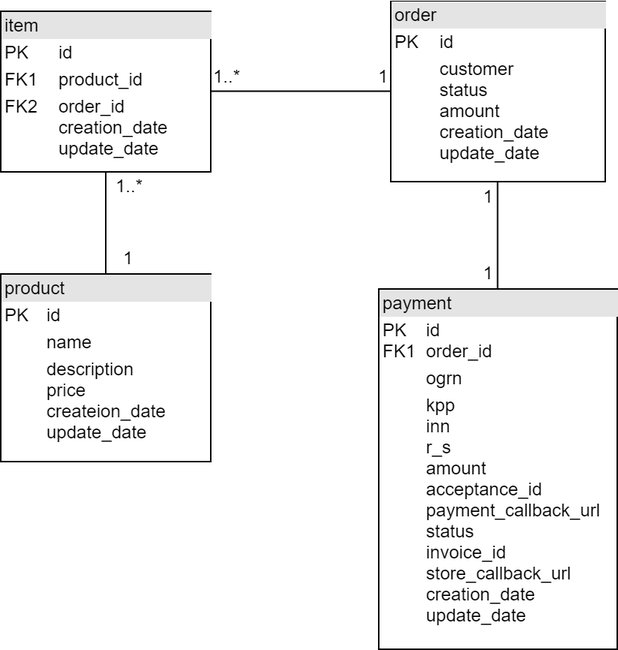
SergeiRussov/rd-epam-java-2020-supplier keeps this draw.io diagram as ms-supplier-db/models/Logical.png. Above is the earlier version. Source tidied: cells renumbered, new cells last; positions are measured from the earlier drawing's top-left corner, leaving out a move shared by most shapes.
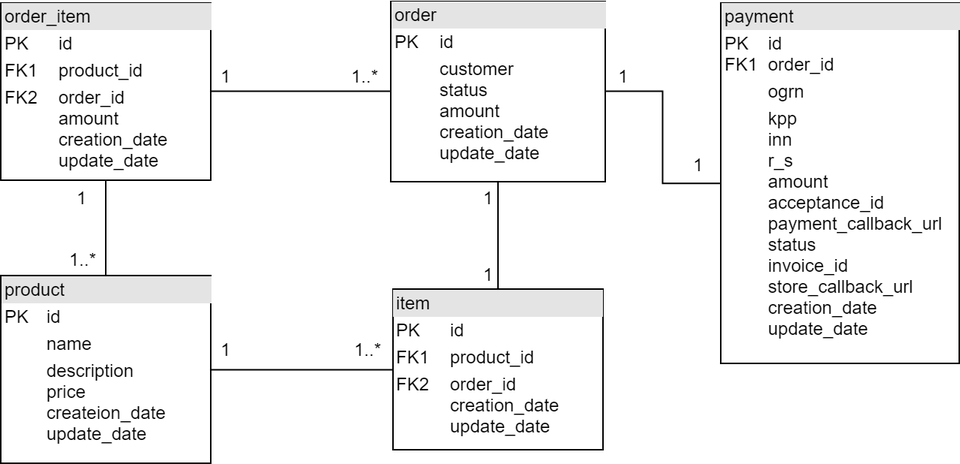
Above is the later version.

What changed in the source:
```diff
@@ -6,34 +6,40 @@
       <mxGeometry relative="1" as="geometry" />
     </mxCell>
     <mxCell id="3" value="&lt;div style=&quot;box-sizing: border-box ; width: 100% ; background: #e4e4e4 ; padding: 2px&quot;&gt;item&lt;/div&gt;&lt;table style=&quot;width: 100% ; font-size: 1em&quot; cellpadding=&quot;2&quot; cellspacing=&quot;0&quot;&gt;&lt;tbody&gt;&lt;tr&gt;&lt;td&gt;PK&lt;/td&gt;&lt;td&gt;id&lt;/td&gt;&lt;/tr&gt;&lt;tr&gt;&lt;td&gt;FK1&lt;/td&gt;&lt;td&gt;product_id&lt;/td&gt;&lt;/tr&gt;&lt;tr&gt;&lt;td&gt;FK2&lt;br&gt;&lt;br&gt;&lt;br&gt;&lt;/td&gt;&lt;td&gt;order_id&lt;br&gt;creation_date&lt;br&gt;update_date&lt;/td&gt;&lt;/tr&gt;&lt;/tbody&gt;&lt;/table&gt;" style="verticalAlign=top;align=left;overflow=fill;html=1;fontSize=12;" parent="1" vertex="1">
-      <mxGeometry y="7" width="140" height="107" as="geometry" />
+      <mxGeometry x="261.5" y="191" width="140" height="107" as="geometry" />
     </mxCell>
     <mxCell id="4" style="edgeStyle=orthogonalEdgeStyle;rounded=0;jettySize=auto;html=1;fontSize=12;endArrow=none;endFill=0;" parent="1" edge="1" source="5" target="3">
       <mxGeometry relative="1" as="geometry" />
     </mxCell>
+    <mxCell id="15" style="edgeStyle=orthogonalEdgeStyle;rounded=0;jettySize=auto;html=1;endArrow=none;endFill=0;" parent="1" edge="1" source="5" target="17">
+      <mxGeometry relative="1" as="geometry" />
+    </mxCell>
     <mxCell id="5" value="&lt;div style=&quot;box-sizing: border-box ; width: 100% ; background: #e4e4e4 ; padding: 2px&quot;&gt;product&lt;/div&gt;&lt;table style=&quot;width: 100% ; font-size: 1em&quot; cellpadding=&quot;2&quot; cellspacing=&quot;0&quot;&gt;&lt;tbody&gt;&lt;tr&gt;&lt;td&gt;PK&lt;/td&gt;&lt;td&gt;id&lt;/td&gt;&lt;/tr&gt;&lt;tr&gt;&lt;td&gt;&lt;br&gt;&lt;/td&gt;&lt;td&gt;name&lt;/td&gt;&lt;/tr&gt;&lt;tr&gt;&lt;td&gt;&lt;/td&gt;&lt;td&gt;description&lt;br&gt;price&lt;br&gt;createion_date&lt;br&gt;update_date&lt;/td&gt;&lt;/tr&gt;&lt;/tbody&gt;&lt;/table&gt;" style="verticalAlign=top;align=left;overflow=fill;html=1;fontSize=12;" parent="1" vertex="1">
       <mxGeometry y="182" width="140" height="125" as="geometry" />
     </mxCell>
     <mxCell id="6" value="&lt;div style=&quot;box-sizing: border-box ; width: 100% ; background: #e4e4e4 ; padding: 2px&quot;&gt;payment&lt;/div&gt;&lt;table style=&quot;width: 100% ; font-size: 1em&quot; cellpadding=&quot;2&quot; cellspacing=&quot;0&quot;&gt;&lt;tbody&gt;&lt;tr&gt;&lt;td&gt;PK&lt;br&gt;FK1&lt;/td&gt;&lt;td&gt;id&lt;br&gt;order_id&lt;/td&gt;&lt;/tr&gt;&lt;tr&gt;&lt;td&gt;&lt;br&gt;&lt;/td&gt;&lt;td&gt;ogrn&lt;/td&gt;&lt;/tr&gt;&lt;tr&gt;&lt;td&gt;&lt;/td&gt;&lt;td&gt;kpp&lt;br&gt;inn&lt;br&gt;r_s&lt;br&gt;amount&lt;br&gt;acceptance_id&lt;br&gt;payment_callback_url&lt;br&gt;status&lt;br&gt;invoice_id&lt;br&gt;store_callback_url&lt;br&gt;creation_date&lt;br&gt;update_date&lt;/td&gt;&lt;/tr&gt;&lt;/tbody&gt;&lt;/table&gt;" style="verticalAlign=top;align=left;overflow=fill;html=1;fontSize=12;noLabel=0;portConstraintRotation=0;" parent="1" vertex="1">
-      <mxGeometry x="252" y="192" width="159" height="240" as="geometry" />
+      <mxGeometry x="480" y="0.5" width="159" height="240" as="geometry" />
     </mxCell>
     <mxCell id="7" style="edgeStyle=orthogonalEdgeStyle;rounded=0;jettySize=auto;html=1;fontSize=12;endArrow=none;endFill=0;" parent="1" edge="1" source="8" target="6">
       <mxGeometry relative="1" as="geometry" />
     </mxCell>
+    <mxCell id="16" style="edgeStyle=orthogonalEdgeStyle;rounded=0;jettySize=auto;html=1;endArrow=none;endFill=0;" parent="1" edge="1" source="8" target="17">
+      <mxGeometry relative="1" as="geometry" />
+    </mxCell>
     <mxCell id="8" value="&lt;div style=&quot;box-sizing: border-box ; width: 100% ; background: #e4e4e4 ; padding: 2px&quot;&gt;order&lt;/div&gt;&lt;table style=&quot;width: 100% ; font-size: 1em&quot; cellpadding=&quot;2&quot; cellspacing=&quot;0&quot;&gt;&lt;tbody&gt;&lt;tr&gt;&lt;td&gt;PK&lt;/td&gt;&lt;td&gt;id&lt;/td&gt;&lt;/tr&gt;&lt;tr&gt;&lt;td&gt;&lt;br&gt;&lt;/td&gt;&lt;td&gt;customer&lt;br&gt;status&lt;br&gt;amount&lt;br&gt;creation_date&lt;br&gt;update_date&lt;br&gt;&lt;/td&gt;&lt;/tr&gt;&lt;tr&gt;&lt;td&gt;&lt;/td&gt;&lt;td&gt;&lt;br&gt;&lt;br&gt;&lt;/td&gt;&lt;/tr&gt;&lt;/tbody&gt;&lt;/table&gt;" style="verticalAlign=top;align=left;overflow=fill;html=1;fontSize=12;" parent="1" vertex="1">
-      <mxGeometry x="260" y="0.5" width="143" height="120" as="geometry" />
+      <mxGeometry x="260" y="-0.5" width="143" height="120" as="geometry" />
     </mxCell>
     <mxCell id="9" value="1" style="text;html=1;align=left;verticalAlign=top;spacingTop=-4;" parent="1" vertex="1">
-      <mxGeometry x="80" y="162" width="20" height="20" as="geometry" />
+      <mxGeometry x="145" y="222" width="20" height="20" as="geometry" />
     </mxCell>
     <mxCell id="10" value="1..*" style="text;html=1;align=left;verticalAlign=top;spacingTop=-4;" parent="1" vertex="1">
-      <mxGeometry x="140" y="41" width="30" height="20" as="geometry" />
+      <mxGeometry x="44" y="162" width="30" height="20" as="geometry" />
     </mxCell>
     <mxCell id="11" value="1" style="text;html=1;align=left;verticalAlign=top;spacingTop=-4;" parent="1" vertex="1">
-      <mxGeometry x="250" y="41" width="20" height="20" as="geometry" />
+      <mxGeometry x="460" y="98.5" width="20" height="20" as="geometry" />
     </mxCell>
     <mxCell id="12" value="1..*" style="text;html=1;align=left;verticalAlign=top;spacingTop=-4;" parent="1" vertex="1">
-      <mxGeometry x="75" y="114" width="30" height="20" as="geometry" />
+      <mxGeometry x="234" y="222" width="30" height="20" as="geometry" />
     </mxCell>
     <mxCell id="13" value="1" style="text;html=1;align=left;verticalAlign=top;spacingTop=-4;" parent="1" vertex="1">
       <mxGeometry x="320" y="120.5" width="20" height="20" as="geometry" />
@@ -41,5 +47,20 @@
     <mxCell id="14" value="1" style="text;html=1;align=left;verticalAlign=top;spacingTop=-4;" parent="1" vertex="1">
       <mxGeometry x="320" y="172" width="20" height="20" as="geometry" />
     </mxCell>
+    <mxCell id="17" value="&lt;div style=&quot;box-sizing: border-box ; width: 100% ; background: #e4e4e4 ; padding: 2px&quot;&gt;order_item&lt;/div&gt;&lt;table style=&quot;width: 100% ; font-size: 1em&quot; cellpadding=&quot;2&quot; cellspacing=&quot;0&quot;&gt;&lt;tbody&gt;&lt;tr&gt;&lt;td&gt;PK&lt;/td&gt;&lt;td&gt;id&lt;/td&gt;&lt;/tr&gt;&lt;tr&gt;&lt;td&gt;FK1&lt;/td&gt;&lt;td&gt;product_id&lt;/td&gt;&lt;/tr&gt;&lt;tr&gt;&lt;td&gt;FK2&lt;br&gt;&lt;br&gt;&lt;br&gt;&lt;br&gt;&lt;/td&gt;&lt;td&gt;order_id&lt;br&gt;amount&lt;br&gt;creation_date&lt;br&gt;update_date&lt;/td&gt;&lt;/tr&gt;&lt;/tbody&gt;&lt;/table&gt;" style="verticalAlign=top;align=left;overflow=fill;html=1;fontSize=12;" parent="1" vertex="1">
+      <mxGeometry y="0.5" width="140" height="118" as="geometry" />
+    </mxCell>
+    <mxCell id="18" value="1" style="text;html=1;align=left;verticalAlign=top;spacingTop=-4;" parent="1" vertex="1">
+      <mxGeometry x="410" y="39.5" width="20" height="20" as="geometry" />
+    </mxCell>
+    <mxCell id="19" value="1" style="text;html=1;align=left;verticalAlign=top;spacingTop=-4;" parent="1" vertex="1">
+      <mxGeometry x="49" y="120.5" width="20" height="20" as="geometry" />
+    </mxCell>
+    <mxCell id="20" value="1" style="text;html=1;align=left;verticalAlign=top;spacingTop=-4;" parent="1" vertex="1">
+      <mxGeometry x="145" y="39.5" width="20" height="20" as="geometry" />
+    </mxCell>
+    <mxCell id="21" value="1..*" style="text;html=1;align=left;verticalAlign=top;spacingTop=-4;" parent="1" vertex="1">
+      <mxGeometry x="231.5" y="39.5" width="30" height="20" as="geometry" />
+    </mxCell>
   </root>
 </mxGraphModel>
```
